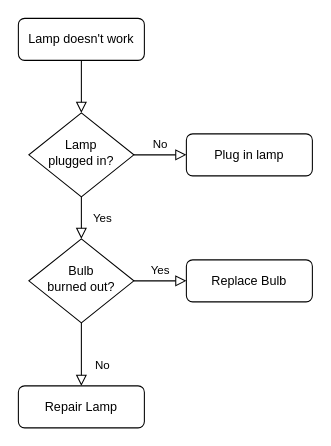
HaileysArchives/test-repo keeps this draw.io diagram as treasure.drawio. Above is the earlier version. Source tidied: cells renumbered, new cells numbered last; positions are measured from the earlier drawing's top-left corner, leaving out a move shared by most shapes. Both pictures are drawn from the tidied source at 105%, with x=0, y=0 at pixel (18, 18).
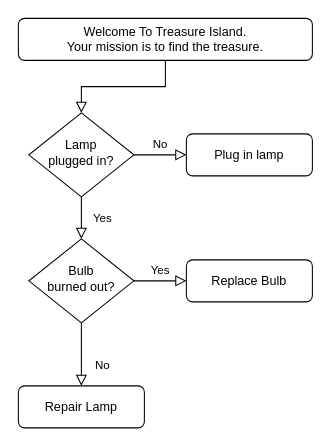
Above is the later version.

Diff of the diagram source:
```diff
@@
 <mxGraphModel>
   <root>
     <mxCell id="0" />
     <mxCell id="1" parent="0" />
     <mxCell id="2" style="rounded=0;html=1;jettySize=auto;fontSize=11;endArrow=block;endFill=0;endSize=8;strokeWidth=1;shadow=0;labelBackgroundColor=none;edgeStyle=orthogonalEdgeStyle;" parent="1" edge="1" source="3" target="6">
       <mxGeometry relative="1" as="geometry" />
     </mxCell>
-    <mxCell id="3" value="Lamp doesn't work" style="rounded=1;whiteSpace=wrap;html=1;fontSize=12;glass=0;strokeWidth=1;shadow=0;" parent="1" vertex="1">
-      <mxGeometry width="120" height="40" as="geometry" />
+    <mxCell id="3" value="Welcome To Treasure Island.&lt;br&gt;Your mission is to find the treasure." style="rounded=1;whiteSpace=wrap;html=1;fontSize=12;glass=0;strokeWidth=1;shadow=0;" parent="1" vertex="1">
+      <mxGeometry width="280" height="40" as="geometry" />
     </mxCell>
     <mxCell id="4" value="Yes" style="rounded=0;html=1;jettySize=auto;fontSize=11;endArrow=block;endFill=0;endSize=8;strokeWidth=1;shadow=0;labelBackgroundColor=none;edgeStyle=orthogonalEdgeStyle;" parent="1" edge="1" source="6" target="10">
       <mxGeometry y="20" relative="1" as="geometry" />
     </mxCell>
     <mxCell id="5" value="No" style="edgeStyle=orthogonalEdgeStyle;rounded=0;html=1;jettySize=auto;fontSize=11;endArrow=block;endFill=0;endSize=8;strokeWidth=1;shadow=0;labelBackgroundColor=none;" parent="1" edge="1" source="6" target="7">
       <mxGeometry y="10" relative="1" as="geometry" />
     </mxCell>
     <mxCell id="6" value="Lamp&lt;br&gt;plugged in?" style="rhombus;whiteSpace=wrap;html=1;shadow=0;fontFamily=Helvetica;fontSize=12;align=center;strokeWidth=1;spacing=6;spacingTop=-4;" parent="1" vertex="1">
       <mxGeometry x="10" y="90" width="100" height="80" as="geometry" />
     </mxCell>
     <mxCell id="7" value="Plug in lamp" style="rounded=1;whiteSpace=wrap;html=1;fontSize=12;glass=0;strokeWidth=1;shadow=0;" parent="1" vertex="1">
       <mxGeometry x="160" y="110" width="120" height="40" as="geometry" />
     </mxCell>
     <mxCell id="8" value="No" style="rounded=0;html=1;jettySize=auto;fontSize=11;endArrow=block;endFill=0;endSize=8;strokeWidth=1;shadow=0;labelBackgroundColor=none;edgeStyle=orthogonalEdgeStyle;" parent="1" edge="1" source="10" target="11">
       <mxGeometry x="0.33" y="20" relative="1" as="geometry" />
     </mxCell>
     <mxCell id="9" value="Yes" style="edgeStyle=orthogonalEdgeStyle;rounded=0;html=1;jettySize=auto;fontSize=11;endArrow=block;endFill=0;endSize=8;strokeWidth=1;shadow=0;labelBackgroundColor=none;" parent="1" edge="1" source="10" target="12">
       <mxGeometry y="10" relative="1" as="geometry" />
     </mxCell>
     <mxCell id="10" value="Bulb&lt;br&gt;burned out?" style="rhombus;whiteSpace=wrap;html=1;shadow=0;fontFamily=Helvetica;fontSize=12;align=center;strokeWidth=1;spacing=6;spacingTop=-4;" parent="1" vertex="1">
       <mxGeometry x="10" y="210" width="100" height="80" as="geometry" />
     </mxCell>
     <mxCell id="11" value="Repair Lamp" style="rounded=1;whiteSpace=wrap;html=1;fontSize=12;glass=0;strokeWidth=1;shadow=0;" parent="1" vertex="1">
       <mxGeometry y="350" width="120" height="40" as="geometry" />
     </mxCell>
     <mxCell id="12" value="Replace Bulb" style="rounded=1;whiteSpace=wrap;html=1;fontSize=12;glass=0;strokeWidth=1;shadow=0;" parent="1" vertex="1">
       <mxGeometry x="160" y="230" width="120" height="40" as="geometry" />
     </mxCell>
   </root>
 </mxGraphModel>
```
